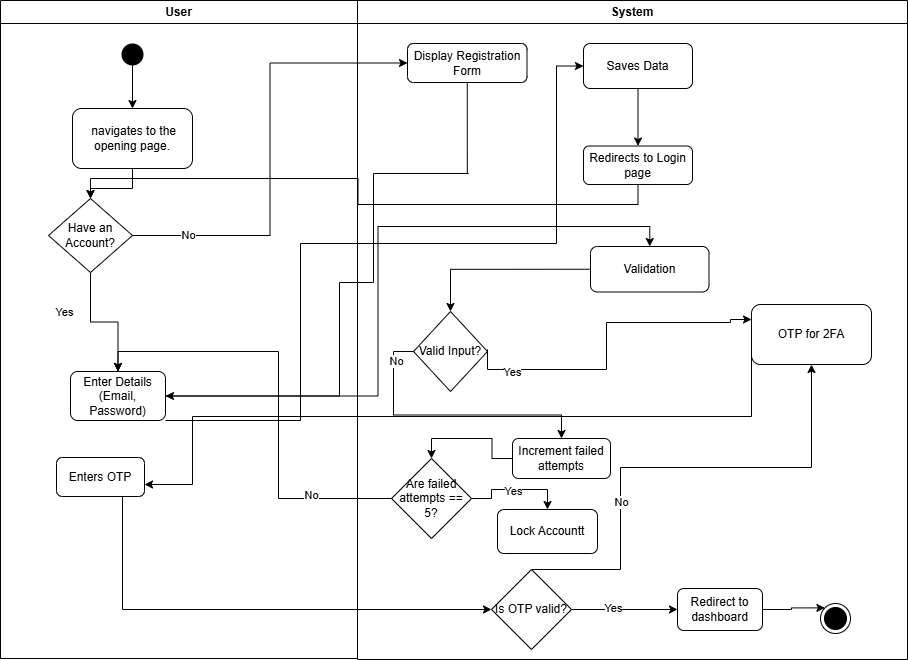
Earlier version of the draw.io export Activity_Diagrams/UC-01.drawio.png (martinvila22/SoftwareModelingAndDesign_Project). Source tidied: cells renumbered, new cells last; positions are measured from the earlier drawing's top-left corner, leaving out a move shared by most shapes. Source of this version:
```xml
<mxGraphModel>
  <root>
    <mxCell id="0" />
    <mxCell id="1" parent="0" />
    <mxCell id="2" value="User" style="swimlane;whiteSpace=wrap;" parent="1" vertex="1">
      <mxGeometry width="357" height="658" as="geometry" />
    </mxCell>
    <mxCell id="3" style="ellipse;shape=startState;fillColor=#000000;strokeColor=none;" parent="2" vertex="1">
      <mxGeometry x="117" y="39" width="30" height="30" as="geometry" />
    </mxCell>
    <mxCell id="4" style="edgeStyle=orthogonalEdgeStyle;rounded=0;jettySize=auto;html=1;" parent="2" edge="1" source="5" target="9">
      <mxGeometry relative="1" as="geometry" />
    </mxCell>
    <mxCell id="5" value="&amp;nbsp;navigates to the opening page." style="rounded=1;whiteSpace=wrap;html=1;" parent="2" vertex="1">
      <mxGeometry x="72" y="108" width="120" height="60" as="geometry" />
    </mxCell>
    <mxCell id="6" style="endArrow=classic;html=1;rounded=0;entryX=0.5;entryY=0;entryDx=0;entryDy=0;" parent="2" edge="1" target="5">
      <mxGeometry relative="1" as="geometry">
        <mxPoint x="132" y="54" as="sourcePoint" />
      </mxGeometry>
    </mxCell>
    <mxCell id="7" style="edgeStyle=orthogonalEdgeStyle;rounded=0;jettySize=auto;html=1;exitX=0.5;exitY=1;exitDx=0;exitDy=0;entryX=0.5;entryY=0;entryDx=0;entryDy=0;" parent="2" edge="1" source="9" target="10">
      <mxGeometry relative="1" as="geometry" />
    </mxCell>
    <mxCell id="8" value="Yes" style="edgeLabel;html=1;align=center;verticalAlign=middle;" parent="7" vertex="1">
      <mxGeometry x="-0.4" y="1" relative="1" as="geometry">
        <mxPoint x="-28" y="1" as="offset" />
      </mxGeometry>
    </mxCell>
    <mxCell id="9" value="Have an Account?" style="rhombus;whiteSpace=wrap;html=1;" parent="2" vertex="1">
      <mxGeometry x="48" y="198" width="84" height="74" as="geometry" />
    </mxCell>
    <mxCell id="10" value="Enter Details (Email, Password)" style="rounded=1;whiteSpace=wrap;html=1;" parent="2" vertex="1">
      <mxGeometry x="70" y="371" width="95" height="49" as="geometry" />
    </mxCell>
    <mxCell id="11" value="Enters OTP" style="rounded=1;whiteSpace=wrap;html=1;" parent="2" vertex="1">
      <mxGeometry x="56" y="457" width="88" height="39" as="geometry" />
    </mxCell>
    <mxCell id="12" value="System" style="swimlane;whiteSpace=wrap;" parent="1" vertex="1">
      <mxGeometry x="357" width="550" height="659" as="geometry" />
    </mxCell>
    <mxCell id="13" value="Display Registration Form" style="rounded=1;whiteSpace=wrap;html=1;" parent="12" vertex="1">
      <mxGeometry x="50" y="43" width="119.5" height="39" as="geometry" />
    </mxCell>
    <mxCell id="14" style="edgeStyle=orthogonalEdgeStyle;rounded=0;jettySize=auto;html=1;exitX=0.5;exitY=1;exitDx=0;exitDy=0;entryX=0.5;entryY=0;entryDx=0;entryDy=0;" parent="12" edge="1" source="15" target="16">
      <mxGeometry relative="1" as="geometry" />
    </mxCell>
    <mxCell id="15" value="Saves Data" style="rounded=1;whiteSpace=wrap;html=1;" parent="12" vertex="1">
      <mxGeometry x="226" y="43" width="109" height="45" as="geometry" />
    </mxCell>
    <mxCell id="16" value="Redirects to Login page" style="rounded=1;whiteSpace=wrap;html=1;" parent="12" vertex="1">
      <mxGeometry x="226" y="145.5" width="109" height="38.5" as="geometry" />
    </mxCell>
    <mxCell id="17" value="Validation" style="rounded=1;whiteSpace=wrap;html=1;" parent="12" vertex="1">
      <mxGeometry x="233" y="246" width="118.5" height="45.5" as="geometry" />
    </mxCell>
    <mxCell id="18" value="Valid Input?" style="rhombus;whiteSpace=wrap;html=1;" parent="12" vertex="1">
      <mxGeometry x="56" y="311" width="74" height="80" as="geometry" />
    </mxCell>
    <mxCell id="19" style="edgeStyle=orthogonalEdgeStyle;rounded=0;jettySize=auto;html=1;exitX=0;exitY=0.5;exitDx=0;exitDy=0;entryX=0.5;entryY=0;entryDx=0;entryDy=0;" parent="12" edge="1" source="17" target="18">
      <mxGeometry relative="1" as="geometry" />
    </mxCell>
    <mxCell id="20" value="OTP for 2FA" style="rounded=1;whiteSpace=wrap;html=1;" parent="12" vertex="1">
      <mxGeometry x="394" y="304" width="120" height="60" as="geometry" />
    </mxCell>
    <mxCell id="21" style="edgeStyle=orthogonalEdgeStyle;rounded=0;jettySize=auto;html=1;exitX=1;exitY=0.475;exitDx=0;exitDy=0;entryX=0;entryY=0.25;entryDx=0;entryDy=0;exitPerimeter=0;" parent="12" edge="1" source="18" target="20">
      <mxGeometry relative="1" as="geometry">
        <Array as="points">
          <mxPoint x="130" y="369" />
          <mxPoint x="249" y="369" />
          <mxPoint x="249" y="322" />
          <mxPoint x="373" y="322" />
          <mxPoint x="373" y="319" />
        </Array>
      </mxGeometry>
    </mxCell>
    <mxCell id="22" value="Yes" style="edgeLabel;html=1;align=center;verticalAlign=middle;" parent="21" vertex="1">
      <mxGeometry x="-0.74" y="-2" relative="1" as="geometry" />
    </mxCell>
    <mxCell id="23" style="ellipse;html=1;shape=endState;fillColor=strokeColor;" parent="12" vertex="1">
      <mxGeometry x="463" y="603" width="30" height="30" as="geometry" />
    </mxCell>
    <mxCell id="24" value="Increment failed attempts" style="rounded=1;whiteSpace=wrap;html=1;" parent="12" vertex="1">
      <mxGeometry x="155" y="438" width="98" height="40" as="geometry" />
    </mxCell>
    <mxCell id="25" style="edgeStyle=orthogonalEdgeStyle;rounded=0;jettySize=auto;html=1;exitX=0;exitY=0.5;exitDx=0;exitDy=0;" parent="12" edge="1" source="18" target="24">
      <mxGeometry relative="1" as="geometry" />
    </mxCell>
    <mxCell id="26" value="No" style="edgeLabel;html=1;align=center;verticalAlign=middle;" parent="25" vertex="1">
      <mxGeometry x="-0.79" y="2" relative="1" as="geometry" />
    </mxCell>
    <mxCell id="27" style="edgeStyle=orthogonalEdgeStyle;rounded=0;jettySize=auto;html=1;exitX=1;exitY=0.5;exitDx=0;exitDy=0;entryX=0.5;entryY=0;entryDx=0;entryDy=0;" parent="12" edge="1" source="29" target="31">
      <mxGeometry relative="1" as="geometry" />
    </mxCell>
    <mxCell id="28" value="Yes" style="edgeLabel;html=1;align=center;verticalAlign=middle;" parent="27" vertex="1">
      <mxGeometry x="-0.06" y="-1" relative="1" as="geometry" />
    </mxCell>
    <mxCell id="29" value="Are failed attempts == 5?" style="rhombus;whiteSpace=wrap;html=1;" parent="12" vertex="1">
      <mxGeometry x="34" y="458" width="80" height="80" as="geometry" />
    </mxCell>
    <mxCell id="30" style="edgeStyle=orthogonalEdgeStyle;rounded=0;jettySize=auto;html=1;exitX=0;exitY=0.5;exitDx=0;exitDy=0;entryX=0.5;entryY=0;entryDx=0;entryDy=0;" parent="12" edge="1" source="24" target="29">
      <mxGeometry relative="1" as="geometry" />
    </mxCell>
    <mxCell id="31" value="Lock Accountt" style="rounded=1;whiteSpace=wrap;html=1;" parent="12" vertex="1">
      <mxGeometry x="140" y="509" width="100" height="44" as="geometry" />
    </mxCell>
    <mxCell id="32" style="edgeStyle=orthogonalEdgeStyle;rounded=0;jettySize=auto;html=1;exitX=0.5;exitY=0;exitDx=0;exitDy=0;entryX=0.5;entryY=1;entryDx=0;entryDy=0;" parent="12" edge="1" source="34" target="20">
      <mxGeometry relative="1" as="geometry">
        <Array as="points">
          <mxPoint x="263" y="569" />
          <mxPoint x="263" y="467" />
          <mxPoint x="454" y="467" />
        </Array>
      </mxGeometry>
    </mxCell>
    <mxCell id="33" value="No" style="edgeLabel;html=1;align=center;verticalAlign=middle;" parent="32" vertex="1">
      <mxGeometry x="-0.35" relative="1" as="geometry" />
    </mxCell>
    <mxCell id="34" value="Is OTP valid?" style="rhombus;whiteSpace=wrap;html=1;" parent="12" vertex="1">
      <mxGeometry x="134" y="569" width="80" height="80" as="geometry" />
    </mxCell>
    <mxCell id="35" value="Redirect to dashboard" style="rounded=1;whiteSpace=wrap;html=1;" parent="12" vertex="1">
      <mxGeometry x="320" y="588" width="85" height="42" as="geometry" />
    </mxCell>
    <mxCell id="36" style="edgeStyle=orthogonalEdgeStyle;rounded=0;jettySize=auto;html=1;exitX=1;exitY=0.5;exitDx=0;exitDy=0;" parent="12" edge="1" source="34" target="35">
      <mxGeometry relative="1" as="geometry" />
    </mxCell>
    <mxCell id="37" value="Yes" style="edgeLabel;html=1;align=center;verticalAlign=middle;" parent="36" vertex="1">
      <mxGeometry x="-0.22" y="2" relative="1" as="geometry" />
    </mxCell>
    <mxCell id="38" style="edgeStyle=orthogonalEdgeStyle;rounded=0;jettySize=auto;html=1;exitX=1;exitY=0.5;exitDx=0;exitDy=0;entryX=0;entryY=0;entryDx=0;entryDy=0;" parent="12" edge="1" source="35" target="23">
      <mxGeometry relative="1" as="geometry" />
    </mxCell>
    <mxCell id="39" style="edgeStyle=orthogonalEdgeStyle;rounded=0;jettySize=auto;html=1;exitX=1;exitY=0.5;exitDx=0;exitDy=0;entryX=0;entryY=0.5;entryDx=0;entryDy=0;" parent="1" edge="1" source="9" target="13">
      <mxGeometry relative="1" as="geometry" />
    </mxCell>
    <mxCell id="40" value="No" style="edgeLabel;html=1;align=center;verticalAlign=middle;" parent="39" vertex="1">
      <mxGeometry x="-0.75" y="1" relative="1" as="geometry" />
    </mxCell>
    <mxCell id="41" style="edgeStyle=orthogonalEdgeStyle;rounded=0;jettySize=auto;html=1;exitX=0.5;exitY=1;exitDx=0;exitDy=0;entryX=1;entryY=0.5;entryDx=0;entryDy=0;" parent="1" edge="1" source="13" target="10">
      <mxGeometry relative="1" as="geometry">
        <Array as="points">
          <mxPoint x="468" y="173" />
          <mxPoint x="373" y="173" />
          <mxPoint x="373" y="282" />
          <mxPoint x="339" y="282" />
          <mxPoint x="339" y="286" />
        </Array>
      </mxGeometry>
    </mxCell>
    <mxCell id="42" style="edgeStyle=orthogonalEdgeStyle;rounded=0;jettySize=auto;html=1;exitX=1;exitY=1;exitDx=0;exitDy=0;entryX=0;entryY=0.5;entryDx=0;entryDy=0;" parent="1" edge="1" source="10" target="15">
      <mxGeometry relative="1" as="geometry">
        <Array as="points">
          <mxPoint x="300" y="243" />
          <mxPoint x="556" y="243" />
          <mxPoint x="556" y="66" />
        </Array>
      </mxGeometry>
    </mxCell>
    <mxCell id="43" style="edgeStyle=orthogonalEdgeStyle;rounded=0;jettySize=auto;html=1;exitX=0.5;exitY=1;exitDx=0;exitDy=0;entryX=0.5;entryY=0;entryDx=0;entryDy=0;" parent="1" edge="1" source="16" target="9">
      <mxGeometry relative="1" as="geometry" />
    </mxCell>
    <mxCell id="44" style="edgeStyle=orthogonalEdgeStyle;rounded=0;jettySize=auto;html=1;exitX=1;exitY=0.5;exitDx=0;exitDy=0;entryX=0.5;entryY=0;entryDx=0;entryDy=0;" parent="1" edge="1" source="10" target="17">
      <mxGeometry relative="1" as="geometry" />
    </mxCell>
    <mxCell id="45" style="edgeStyle=orthogonalEdgeStyle;rounded=0;jettySize=auto;html=1;exitX=0;exitY=0.5;exitDx=0;exitDy=0;entryX=0.5;entryY=0;entryDx=0;entryDy=0;" parent="1" edge="1" source="29" target="10">
      <mxGeometry relative="1" as="geometry" />
    </mxCell>
    <mxCell id="46" value="No" style="edgeLabel;html=1;align=center;verticalAlign=middle;" parent="45" vertex="1">
      <mxGeometry x="-0.63" y="-4" relative="1" as="geometry" />
    </mxCell>
    <mxCell id="47" style="edgeStyle=orthogonalEdgeStyle;rounded=0;jettySize=auto;html=1;exitX=0;exitY=0.75;exitDx=0;exitDy=0;" parent="1" edge="1" source="20" target="11">
      <mxGeometry relative="1" as="geometry">
        <Array as="points">
          <mxPoint x="751" y="416" />
          <mxPoint x="192" y="416" />
          <mxPoint x="192" y="484" />
        </Array>
      </mxGeometry>
    </mxCell>
    <mxCell id="48" style="edgeStyle=orthogonalEdgeStyle;rounded=0;jettySize=auto;html=1;exitX=0.75;exitY=1;exitDx=0;exitDy=0;entryX=0;entryY=0.5;entryDx=0;entryDy=0;" parent="1" edge="1" source="11" target="34">
      <mxGeometry relative="1" as="geometry" />
    </mxCell>
  </root>
</mxGraphModel>
```
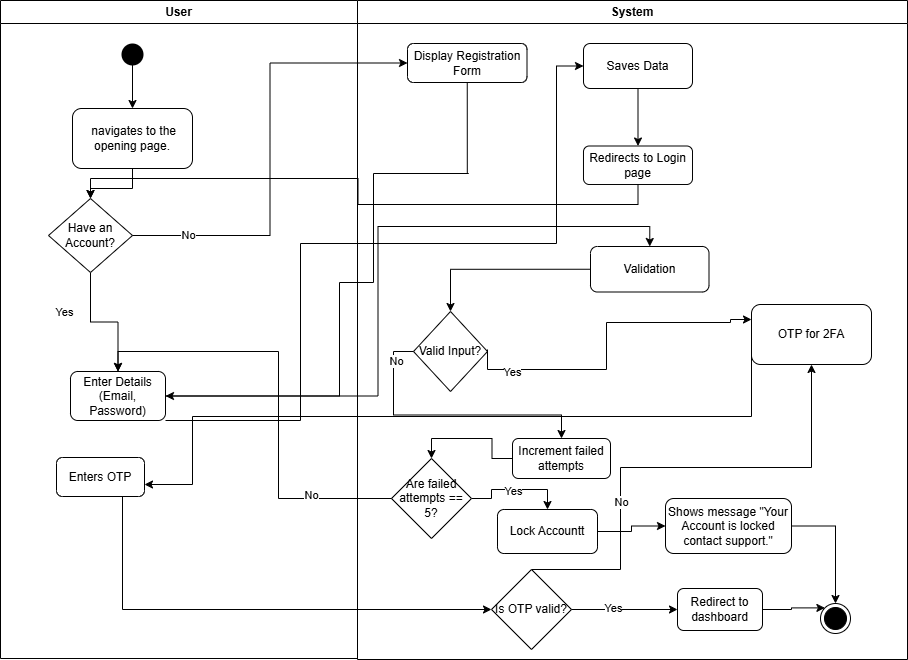
After the commit.

Diff of the diagram source:
```diff
@@ -101,6 +101,9 @@
     <mxCell id="30" style="edgeStyle=orthogonalEdgeStyle;rounded=0;jettySize=auto;html=1;exitX=0;exitY=0.5;exitDx=0;exitDy=0;entryX=0.5;entryY=0;entryDx=0;entryDy=0;" parent="12" edge="1" source="24" target="29">
       <mxGeometry relative="1" as="geometry" />
     </mxCell>
+    <mxCell id="49" style="edgeStyle=orthogonalEdgeStyle;rounded=0;jettySize=auto;html=1;exitX=1;exitY=0.5;exitDx=0;exitDy=0;entryX=0;entryY=0.5;entryDx=0;entryDy=0;" parent="12" edge="1" source="31" target="51">
+      <mxGeometry relative="1" as="geometry" />
+    </mxCell>
     <mxCell id="31" value="Lock Accountt" style="rounded=1;whiteSpace=wrap;html=1;" parent="12" vertex="1">
       <mxGeometry x="140" y="509" width="100" height="44" as="geometry" />
     </mxCell>
@@ -131,6 +134,12 @@
     <mxCell id="38" style="edgeStyle=orthogonalEdgeStyle;rounded=0;jettySize=auto;html=1;exitX=1;exitY=0.5;exitDx=0;exitDy=0;entryX=0;entryY=0;entryDx=0;entryDy=0;" parent="12" edge="1" source="35" target="23">
       <mxGeometry relative="1" as="geometry" />
     </mxCell>
+    <mxCell id="50" style="edgeStyle=orthogonalEdgeStyle;rounded=0;jettySize=auto;html=1;exitX=1;exitY=0.5;exitDx=0;exitDy=0;entryX=0.5;entryY=0;entryDx=0;entryDy=0;" parent="12" edge="1" source="51" target="23">
+      <mxGeometry relative="1" as="geometry" />
+    </mxCell>
+    <mxCell id="51" value="Shows message &quot;Your Account is locked contact support.&quot;" style="rounded=1;whiteSpace=wrap;html=1;" parent="12" vertex="1">
+      <mxGeometry x="308" y="498" width="126" height="55" as="geometry" />
+    </mxCell>
     <mxCell id="39" style="edgeStyle=orthogonalEdgeStyle;rounded=0;jettySize=auto;html=1;exitX=1;exitY=0.5;exitDx=0;exitDy=0;entryX=0;entryY=0.5;entryDx=0;entryDy=0;" parent="1" edge="1" source="9" target="13">
       <mxGeometry relative="1" as="geometry" />
     </mxCell>
```
